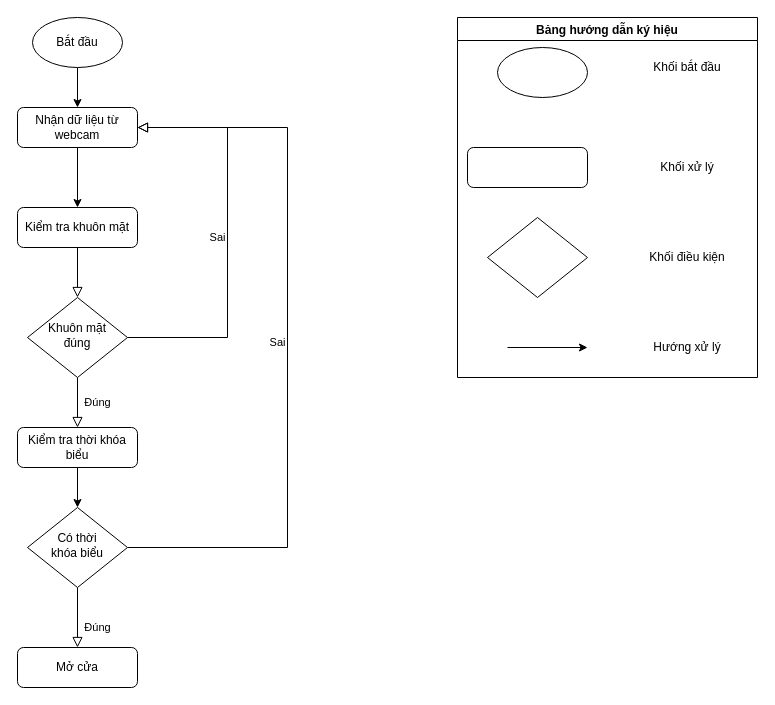
This is documents/LuuDoGiaiThuat.drawio from TrungKenbi/embedded-system-final-project, a draw.io file, before an edit. Source tidied: cells renumbered, new cells numbered last; positions are measured from the earlier drawing's top-left corner, leaving out a move shared by most shapes. Both pictures are drawn from the tidied source at 100%, with x=0, y=0 at pixel (17, 17).
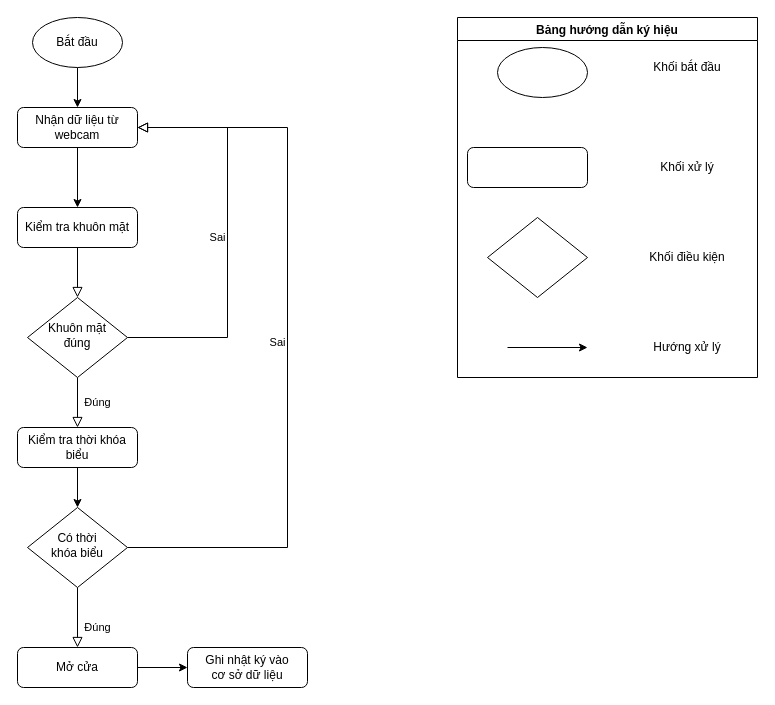
Above is the later version.

Commit message:
Cập nhật lưu đồ thuật toán

The change refers to these unchanged cells:
```xml
<mxCell id="10" value="Mở cửa" style="rounded=1;whiteSpace=wrap;html=1;fontSize=12;glass=0;strokeWidth=1;shadow=0;" parent="1" vertex="1">
  <mxGeometry y="630" width="120" height="40" as="geometry" />
</mxCell>
```

What changed in the source:
```diff
@@
+    <mxCell id="26" style="edgeStyle=orthogonalEdgeStyle;rounded=0;jettySize=auto;html=1;" parent="1" edge="1" source="10" target="27">
+      <mxGeometry relative="1" as="geometry" />
+    </mxCell>
@@
+    <mxCell id="27" value="Ghi nhật ký vào&lt;br&gt;cơ sở dữ liệu" style="rounded=1;whiteSpace=wrap;html=1;fontSize=12;glass=0;strokeWidth=1;shadow=0;" parent="1" vertex="1">
+      <mxGeometry x="170" y="630" width="120" height="40" as="geometry" />
+    </mxCell>
```
